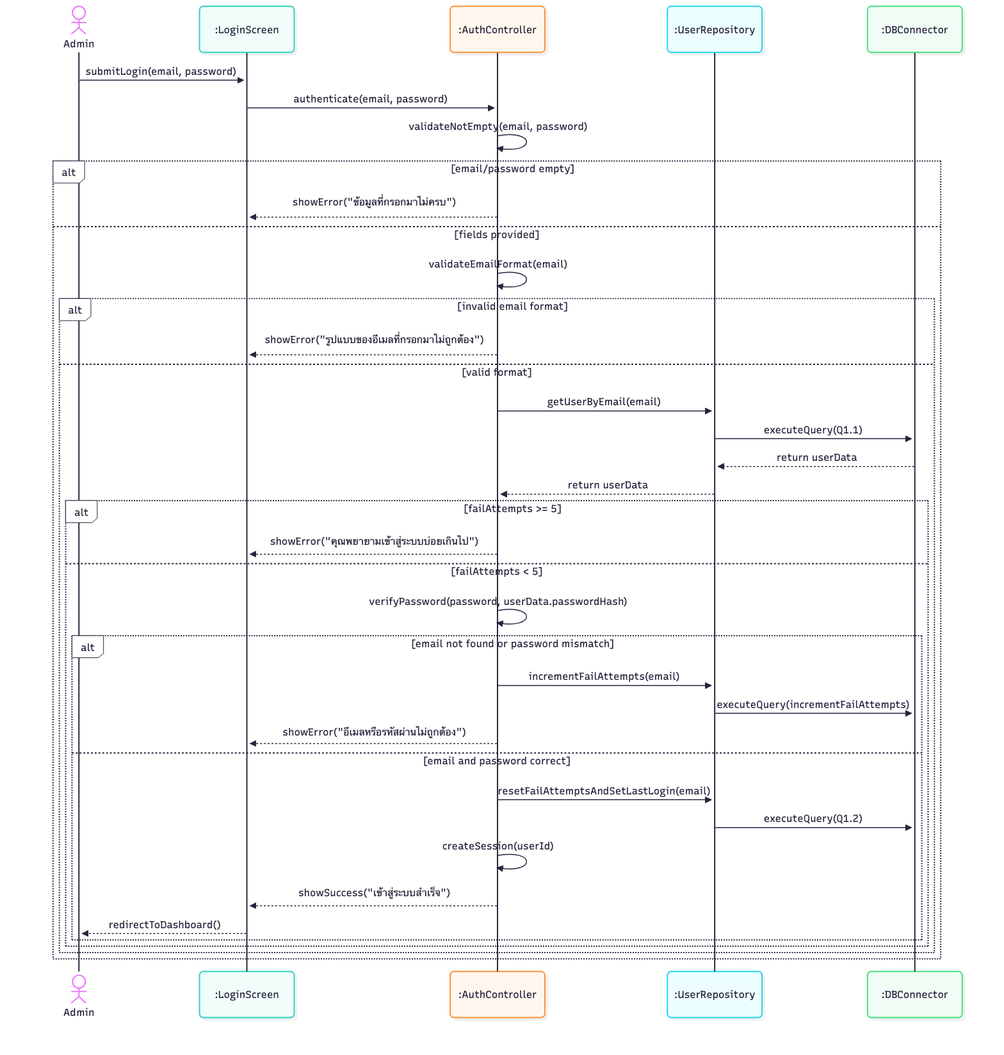
xbpkdi/321-sa-proj keeps this Mermaid diagram as 03-chapter2-use-case-descriptions/diagrams/png/1A-sequence.png. Above is the earlier version. Its source is kept beside it as 03-chapter2-use-case-descriptions/diagrams/mmd/1A-sequence.mmd. The source it was exported from:
```mermaid
sequenceDiagram
    actor Admin
    participant Screen as :LoginScreen
    participant AuthC as :AuthController
    participant UserRepo as :UserRepository
    participant DB as :DBConnector

    Admin->>Screen: submitLogin(email, password)
    Screen->>AuthC: authenticate(email, password)
    AuthC->>AuthC: validateNotEmpty(email, password)
    alt email/password empty
        AuthC-->>Screen: showError("ข้อมูลที่กรอกมาไม่ครบ")
    else fields provided
        AuthC->>AuthC: validateEmailFormat(email)
        alt invalid email format
            AuthC-->>Screen: showError("รูปแบบของอีเมลที่กรอกมาไม่ถูกต้อง")
        else valid format
            AuthC->>UserRepo: getUserByEmail(email)
            UserRepo->>DB: executeQuery(Q1.1)
            DB-->>UserRepo: return userData
            UserRepo-->>AuthC: return userData
            alt failAttempts >= 5
                AuthC-->>Screen: showError("คุณพยายามเข้าสู่ระบบบ่อยเกินไป")
            else failAttempts < 5
                AuthC->>AuthC: verifyPassword(password, userData.passwordHash)
                alt email not found or password mismatch
                    AuthC->>UserRepo: incrementFailAttempts(email)
                    UserRepo->>DB: executeQuery(incrementFailAttempts)
                    AuthC-->>Screen: showError("อีเมลหรือรหัสผ่านไม่ถูกต้อง")
                else email and password correct
                    AuthC->>UserRepo: resetFailAttemptsAndSetLastLogin(email)
                    UserRepo->>DB: executeQuery(Q1.2)
                    AuthC->>AuthC: createSession(userId)
                    AuthC-->>Screen: showSuccess("เข้าสู่ระบบสำเร็จ")
                    Screen-->>Admin: redirectToDashboard()
                end
            end
        end
    end
```
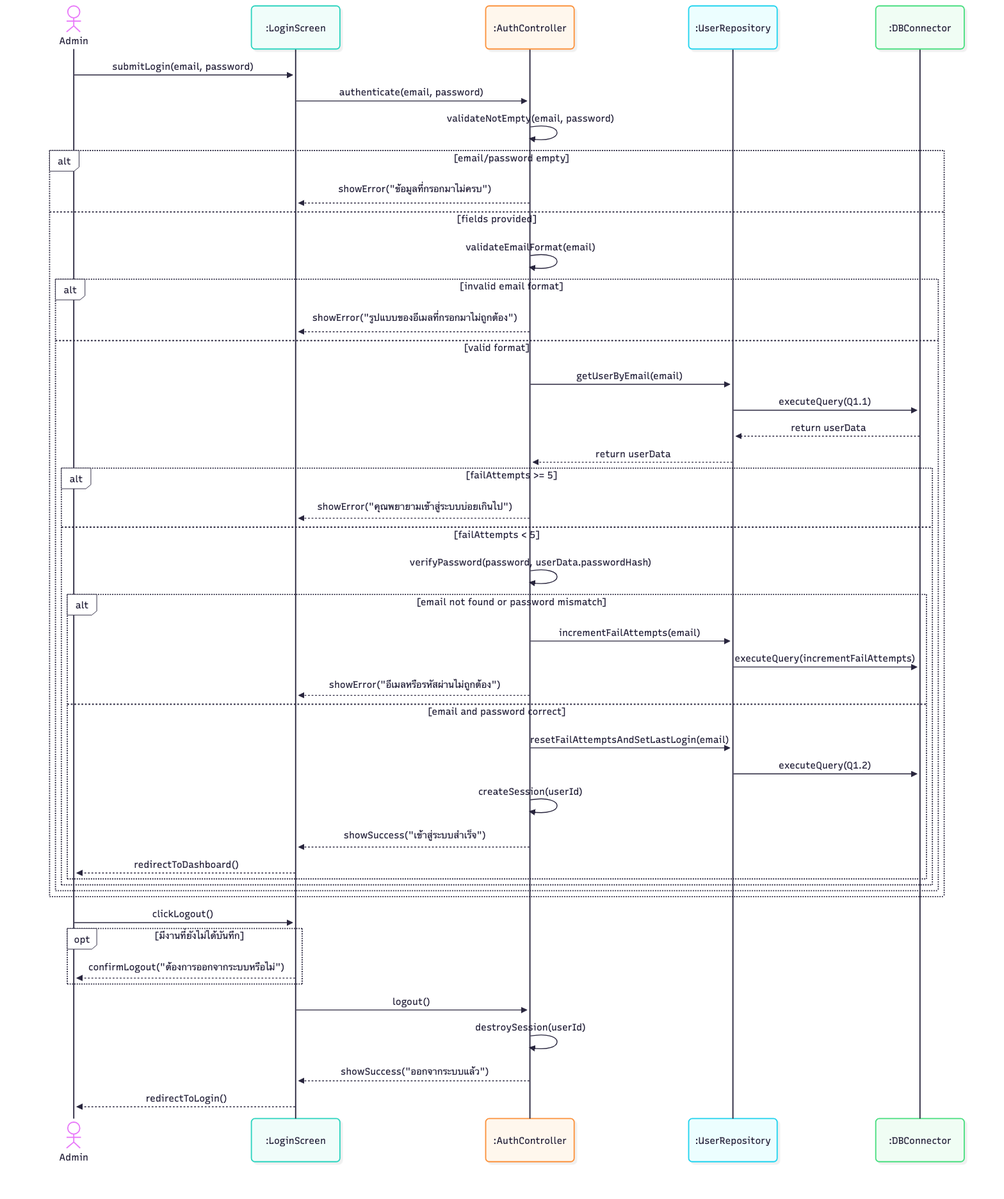
Later version of the same file.

Commit message:
docs: extend use case 1A to cover logging out

What changed in the source:
```diff
@@ -37,3 +37,12 @@
             end
         end
     end
+
+    Admin->>Screen: clickLogout()
+    opt มีงานที่ยังไม่ได้บันทึก
+        Screen-->>Admin: confirmLogout("ต้องการออกจากระบบหรือไม่")
+    end
+    Screen->>AuthC: logout()
+    AuthC->>AuthC: destroySession(userId)
+    AuthC-->>Screen: showSuccess("ออกจากระบบแล้ว")
+    Screen-->>Admin: redirectToLogin()
```
